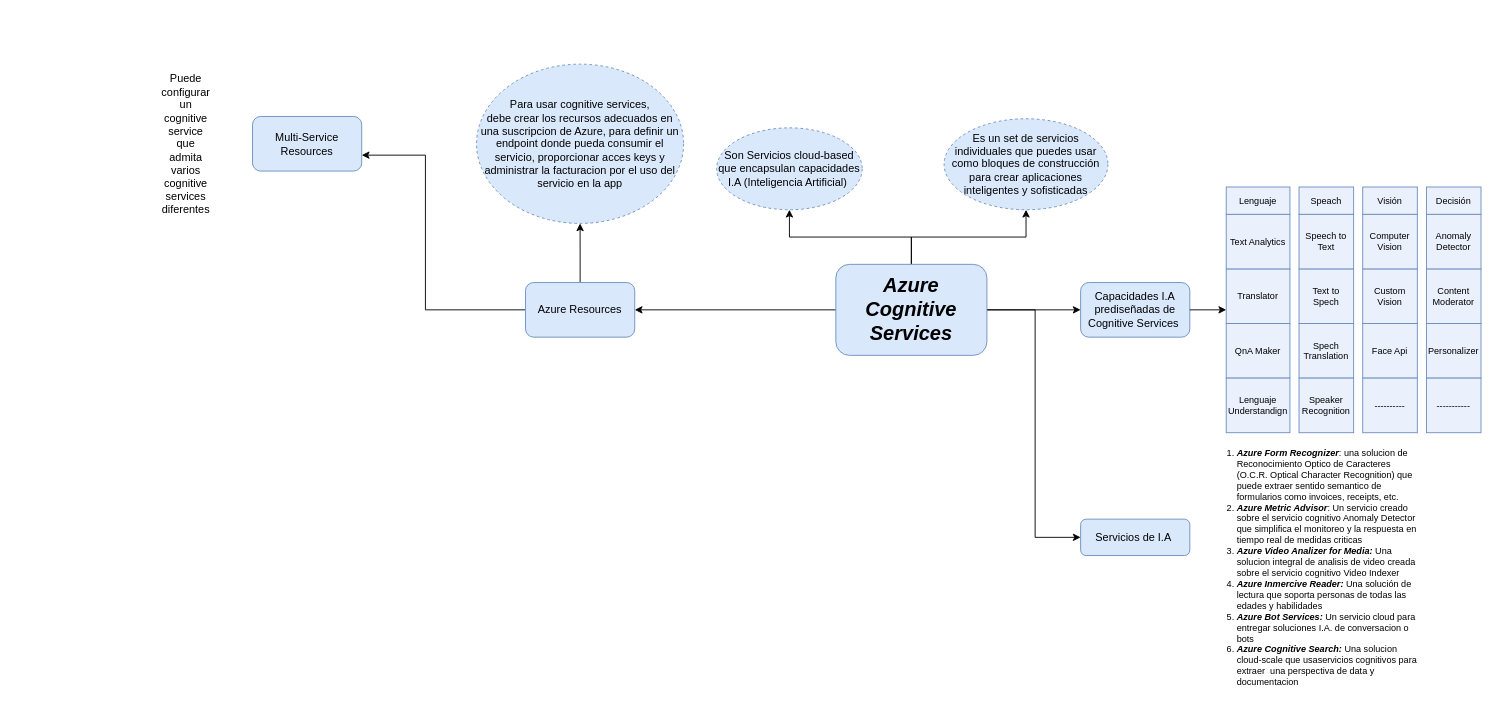
The draw.io diagram Azure Cognitive Services.drawio in Redcouz/AzureDevOpsDiagram, before the edit. Source tidied: cells renumbered, new cells numbered last; positions are measured from the earlier drawing's top-left corner, leaving out a move shared by most shapes. Both pictures are drawn from the tidied source at 91%, with x=0, y=0 at pixel (158, 64).
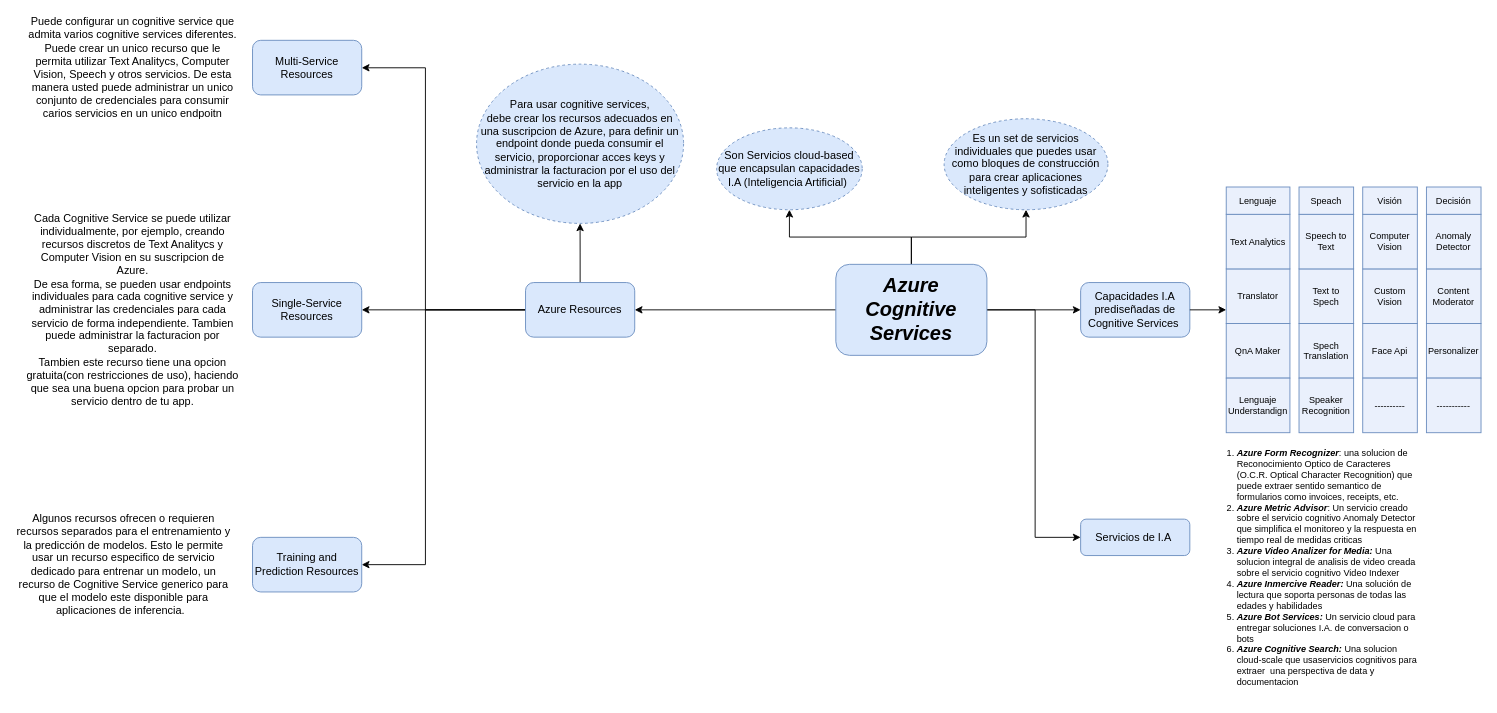
The same page after the edit.

Unchanged cells that the change refers to:
```xml
<mxCell id="36" value="Azure Resources" style="whiteSpace=wrap;html=1;rounded=1;strokeColor=#6c8ebf;fillColor=#dae8fc;" parent="1" vertex="1">
  <mxGeometry x="403" y="240" width="120" height="60" as="geometry" />
</mxCell>
```

The edit, as a diff of the source:
```diff
@@
     <mxCell id="35" style="edgeStyle=orthogonalEdgeStyle;rounded=0;jettySize=auto;html=1;" parent="1" edge="1" source="36" target="38">
       <mxGeometry relative="1" as="geometry">
         <Array as="points">
           <mxPoint x="293" y="270" />
-          <mxPoint x="293" y="100" />
+          <mxPoint x="293" y="4" />
         </Array>
       </mxGeometry>
     </mxCell>
+    <mxCell id="40" style="edgeStyle=orthogonalEdgeStyle;rounded=0;jettySize=auto;html=1;" parent="1" edge="1" source="36" target="42">
+      <mxGeometry relative="1" as="geometry" />
+    </mxCell>
+    <mxCell id="41" style="edgeStyle=orthogonalEdgeStyle;rounded=0;jettySize=auto;html=1;" parent="1" edge="1" source="36" target="44">
+      <mxGeometry relative="1" as="geometry">
+        <Array as="points">
+          <mxPoint x="293" y="270" />
+          <mxPoint x="293" y="550" />
+        </Array>
+      </mxGeometry>
+    </mxCell>
@@
     <mxCell id="38" value="Multi-Service Resources" style="whiteSpace=wrap;html=1;rounded=1;strokeColor=#6c8ebf;fillColor=#dae8fc;" parent="1" vertex="1">
-      <mxGeometry x="103" y="57.5" width="120" height="60" as="geometry" />
+      <mxGeometry x="103" y="-26.2" width="120" height="60" as="geometry" />
     </mxCell>
-    <mxCell id="39" value="Puede configurar un cognitive service que admita varios cognitive services diferentes" style="text;html=1;strokeColor=none;fillColor=none;align=center;verticalAlign=middle;whiteSpace=wrap;rounded=0;dashed=1;" parent="1" vertex="1">
-      <mxGeometry y="72.5" width="60" height="30" as="geometry" />
+    <mxCell id="39" value="Puede configurar un cognitive service que admita varios cognitive services diferentes. Puede crear un unico recurso que le permita utilizar Text Analitycs, Computer Vision, Speech y otros servicios. De esta manera usted puede administrar un unico conjunto de credenciales para consumir carios servicios en un unico endpoitn" style="text;html=1;strokeColor=none;fillColor=none;align=center;verticalAlign=middle;whiteSpace=wrap;rounded=0;dashed=1;" parent="1" vertex="1">
+      <mxGeometry x="-147" y="-52.5" width="237" height="112.5" as="geometry" />
     </mxCell>
+    <mxCell id="42" value="Single-Service Resources" style="whiteSpace=wrap;html=1;rounded=1;strokeColor=#6c8ebf;fillColor=#dae8fc;" parent="1" vertex="1">
+      <mxGeometry x="103" y="240" width="120" height="60" as="geometry" />
+    </mxCell>
+    <mxCell id="43" value="Cada Cognitive Service se puede utilizar individualmente, por ejemplo, creando recursos discretos de Text Analitycs y Computer Vision en su suscripcion de Azure.&lt;br&gt;De esa forma, se pueden usar endpoints individuales para cada cognitive service y administrar las credenciales para cada servicio de forma independiente. Tambien puede administrar la facturacion por separado.&lt;br&gt;Tambien este recurso tiene una opcion gratuita(con restricciones de uso), haciendo que sea una buena opcion para probar un servicio dentro de tu app." style="text;html=1;strokeColor=none;fillColor=none;align=center;verticalAlign=middle;whiteSpace=wrap;rounded=0;dashed=1;" parent="1" vertex="1">
+      <mxGeometry x="-147" y="213.8" width="237" height="112.5" as="geometry" />
+    </mxCell>
+    <mxCell id="44" value="Training and Prediction Resources" style="whiteSpace=wrap;html=1;rounded=1;strokeColor=#6c8ebf;fillColor=#dae8fc;" parent="1" vertex="1">
+      <mxGeometry x="103" y="520" width="120" height="60" as="geometry" />
+    </mxCell>
+    <mxCell id="45" value="Algunos recursos ofrecen o requieren recursos separados para el entrenamiento y la predicción de modelos. Esto le permite usar un recurso especifico de servicio dedicado para entrenar un modelo, un recurso de Cognitive Service generico para que el modelo este disponible para aplicaciones de inferencia.&amp;nbsp;&amp;nbsp;" style="text;html=1;strokeColor=none;fillColor=none;align=center;verticalAlign=middle;whiteSpace=wrap;rounded=0;dashed=1;" parent="1" vertex="1">
+      <mxGeometry x="-157" y="493.8" width="237" height="112.5" as="geometry" />
+    </mxCell>
```
